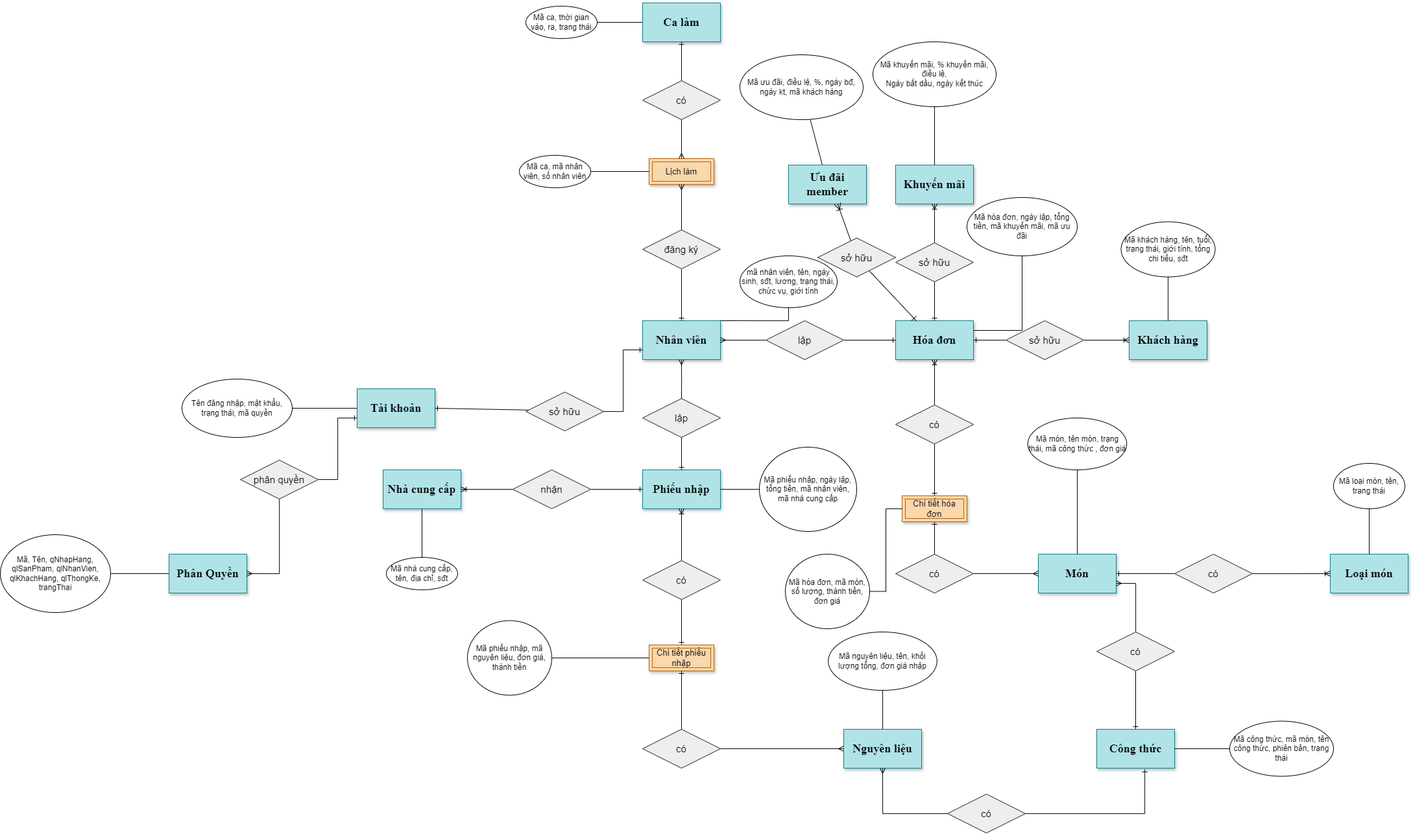
Before: ERD_RDM/ERD.png, a diagram exported from draw.io (sonvuuu28/QuanLyQuanCaPhe). Source tidied: cells renumbered, new cells last; positions are measured from the earlier drawing's top-left corner, leaving out a move shared by most shapes.
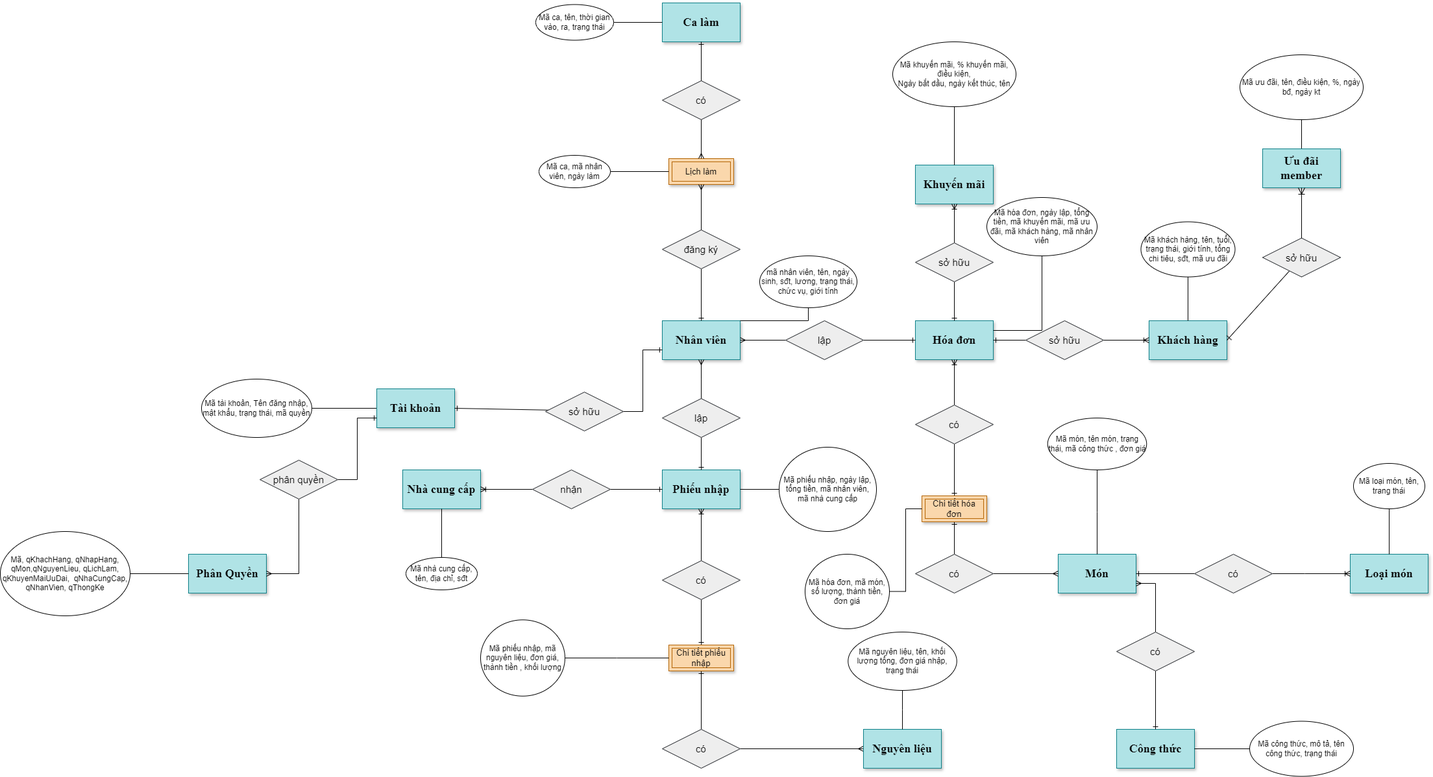
The same file after the commit.

The edit, as a diff of the source:
```diff
@@ -177,13 +177,13 @@
     <mxCell id="57" style="edgeStyle=orthogonalEdgeStyle;rounded=0;jettySize=auto;html=1;endArrow=none;endFill=0;" parent="1" edge="1" source="58" target="10">
       <mxGeometry relative="1" as="geometry" />
     </mxCell>
-    <mxCell id="58" value="Mã ca, thời gian vào, ra, trạng thái" style="ellipse;whiteSpace=wrap;html=1;align=center;" parent="1" vertex="1">
-      <mxGeometry x="810" y="5" width="110" height="50" as="geometry" />
+    <mxCell id="58" value="Mã ca, tên, thời gian vào, ra, trạng thái" style="ellipse;whiteSpace=wrap;html=1;align=center;" parent="1" vertex="1">
+      <mxGeometry x="795" y="2.5" width="120" height="55" as="geometry" />
     </mxCell>
     <mxCell id="59" style="edgeStyle=orthogonalEdgeStyle;rounded=0;jettySize=auto;html=1;entryX=0;entryY=0.5;entryDx=0;entryDy=0;endArrow=none;endFill=0;" parent="1" edge="1" source="60" target="21">
       <mxGeometry relative="1" as="geometry" />
     </mxCell>
-    <mxCell id="60" value="Mã ca, mã nhân viên, số nhân viên" style="ellipse;whiteSpace=wrap;html=1;align=center;" parent="1" vertex="1">
+    <mxCell id="60" value="Mã ca, mã nhân viên, ngày làm" style="ellipse;whiteSpace=wrap;html=1;align=center;" parent="1" vertex="1">
       <mxGeometry x="800" y="235" width="110" height="50" as="geometry" />
     </mxCell>
     <mxCell id="61" value="mã nhân viên, tên, ngày sinh, sđt, lương, trạng thái, chức vụ, giới tính" style="ellipse;whiteSpace=wrap;html=1;align=center;" parent="1" vertex="1">
@@ -199,22 +199,22 @@
     <mxCell id="63" style="edgeStyle=orthogonalEdgeStyle;rounded=0;jettySize=auto;html=1;entryX=0.5;entryY=0;entryDx=0;entryDy=0;endArrow=none;endFill=0;" parent="1" edge="1" source="64" target="8">
       <mxGeometry relative="1" as="geometry" />
     </mxCell>
-    <mxCell id="64" value="Mã khuyến mãi, % khuyến mãi, điều lệ,&lt;div&gt;Ngày bắt dầu, ngày kết thúc&lt;/div&gt;" style="ellipse;whiteSpace=wrap;html=1;align=center;" parent="1" vertex="1">
+    <mxCell id="64" value="Mã khuyến mãi, % khuyến mãi, điều kiện,&lt;div&gt;Ngày bắt dầu, ngày kết thúc, tên&lt;/div&gt;" style="ellipse;whiteSpace=wrap;html=1;align=center;" parent="1" vertex="1">
       <mxGeometry x="1345" y="60" width="190" height="100" as="geometry" />
     </mxCell>
     <mxCell id="65" style="edgeStyle=orthogonalEdgeStyle;rounded=0;jettySize=auto;html=1;entryX=1;entryY=0.25;entryDx=0;entryDy=0;endArrow=none;endFill=0;" parent="1" edge="1" source="66" target="12">
       <mxGeometry relative="1" as="geometry" />
     </mxCell>
-    <mxCell id="66" value="Mã hóa đơn, ngày lập, tổng tiền, mã khuyến mãi, mã ưu đãi" style="ellipse;whiteSpace=wrap;html=1;align=center;" parent="1" vertex="1">
+    <mxCell id="66" value="Mã hóa đơn, ngày lập, tổng tiền, mã khuyến mãi, mã ưu đãi, mã khách hàng, mã nhân viên" style="ellipse;whiteSpace=wrap;html=1;align=center;" parent="1" vertex="1">
       <mxGeometry x="1490" y="300" width="170" height="90" as="geometry" />
     </mxCell>
     <mxCell id="67" style="edgeStyle=orthogonalEdgeStyle;rounded=0;jettySize=auto;html=1;entryX=0.5;entryY=0;entryDx=0;entryDy=0;endArrow=none;endFill=0;" parent="1" edge="1" source="68" target="11">
       <mxGeometry relative="1" as="geometry" />
     </mxCell>
-    <mxCell id="68" value="Mã khách hàng, tên, tuổi, trạng thái, giới tính, tổng chi tiếu, sđt" style="ellipse;whiteSpace=wrap;html=1;align=center;" parent="1" vertex="1">
+    <mxCell id="68" value="Mã khách hàng, tên, tuổi, trạng thái, giới tính, tổng chi tiêu, sđt, mã ưu đãi" style="ellipse;whiteSpace=wrap;html=1;align=center;" parent="1" vertex="1">
       <mxGeometry x="1727.5" y="337.5" width="145" height="85" as="geometry" />
     </mxCell>
-    <mxCell id="69" value="Tên đăng nhập, mật khẩu, trạng thái, mã quyền" style="ellipse;whiteSpace=wrap;html=1;align=center;" parent="1" vertex="1">
+    <mxCell id="69" value="Mã tài khoản, Tên đăng nhập, mật khẩu, trạng thái, mã quyền" style="ellipse;whiteSpace=wrap;html=1;align=center;" parent="1" vertex="1">
       <mxGeometry x="280" y="580" width="170" height="90" as="geometry" />
     </mxCell>
     <mxCell id="70" style="edgeStyle=orthogonalEdgeStyle;rounded=0;jettySize=auto;html=1;endArrow=none;endFill=0;" parent="1" edge="1" source="71" target="9">
@@ -232,7 +232,7 @@
     <mxCell id="74" style="edgeStyle=orthogonalEdgeStyle;rounded=0;jettySize=auto;html=1;endArrow=none;endFill=0;" parent="1" edge="1" source="75" target="44">
       <mxGeometry relative="1" as="geometry" />
     </mxCell>
-    <mxCell id="75" value="Mã nguyên liệu, tên, khối lượng tổng, đơn giá nhập" style="ellipse;whiteSpace=wrap;html=1;align=center;" parent="1" vertex="1">
+    <mxCell id="75" value="Mã nguyên liệu, tên, khối lượng tổng, đơn giá nhập, trạng thái" style="ellipse;whiteSpace=wrap;html=1;align=center;" parent="1" vertex="1">
       <mxGeometry x="1276.2" y="970" width="167.5" height="90" as="geometry" />
     </mxCell>
     <mxCell id="76" style="edgeStyle=orthogonalEdgeStyle;rounded=0;jettySize=auto;html=1;entryX=0.5;entryY=1;entryDx=0;entryDy=0;endArrow=none;endFill=0;" parent="1" edge="1" source="77" target="5">
@@ -262,14 +262,14 @@
     <mxCell id="84" style="edgeStyle=orthogonalEdgeStyle;rounded=0;jettySize=auto;html=1;endArrow=none;endFill=0;" parent="1" edge="1" source="85" target="80">
       <mxGeometry relative="1" as="geometry" />
     </mxCell>
-    <mxCell id="85" value="Mã, Tên, qNhapHang, qlSanPham, qlNhanVien, qlKhachHang, qlThongKe, trangThai" style="ellipse;whiteSpace=wrap;html=1;" parent="1" vertex="1">
-      <mxGeometry y="820" width="170" height="120" as="geometry" />
+    <mxCell id="85" value="Mã, qKhachHang, qNhapHang, qMon,qNguyenLieu, qLichLam, qKhuyenMaiUuDai,&lt;span style=&quot;white-space: pre;&quot;&gt;&#9;&lt;/span&gt;&amp;nbsp;qNhaCungCap,&lt;div&gt;qNhanVien, qThongKe&lt;/div&gt;" style="ellipse;whiteSpace=wrap;html=1;" parent="1" vertex="1">
+      <mxGeometry x="-30" y="815" width="200" height="130" as="geometry" />
     </mxCell>
     <mxCell id="86" style="edgeStyle=orthogonalEdgeStyle;rounded=0;jettySize=auto;html=1;endArrow=none;endFill=0;" parent="1" edge="1" source="87" target="43">
       <mxGeometry relative="1" as="geometry" />
     </mxCell>
-    <mxCell id="87" value="Mã phiếu nhập, mã nguyên liệu, đơn giá, thành tiền" style="ellipse;whiteSpace=wrap;html=1;align=center;" parent="1" vertex="1">
-      <mxGeometry x="720" y="952.5" width="130" height="115" as="geometry" />
+    <mxCell id="87" value="Mã phiếu nhập, mã nguyên liệu, đơn giá, thành tiền , khối lượng" style="ellipse;whiteSpace=wrap;html=1;align=center;" parent="1" vertex="1">
+      <mxGeometry x="710" y="951.2" width="130" height="117.5" as="geometry" />
     </mxCell>
     <mxCell id="88" value="&lt;p style=&quot;font-size: 18px;&quot; class=&quot;MsoNormal&quot;&gt;&lt;span style=&quot;font-family: &amp;quot;Times New Roman&amp;quot;; font-size: 18px;&quot;&gt;&lt;span&gt;Công thức&lt;/span&gt;&lt;/span&gt;&lt;/p&gt;" style="rounded=0;whiteSpace=wrap;html=1;fontSize=18;fontStyle=1;fillColor=#b0e3e6;strokeColor=#0e8088;shadow=1;" parent="1" vertex="1">
       <mxGeometry x="1690" y="1120" width="120" height="60" as="geometry" />
@@ -286,18 +286,9 @@
     <mxCell id="92" style="edgeStyle=orthogonalEdgeStyle;rounded=0;jettySize=auto;html=1;entryX=1;entryY=0.5;entryDx=0;entryDy=0;endArrow=none;endFill=0;" parent="1" edge="1" source="93" target="88">
       <mxGeometry relative="1" as="geometry" />
     </mxCell>
-    <mxCell id="93" value="Mã công thức, mã món, tên công thức, phiên bản, trạng thái" style="ellipse;whiteSpace=wrap;html=1;align=center;" parent="1" vertex="1">
+    <mxCell id="93" value="Mã công thức, mô tả, tên công thức, trạng thái" style="ellipse;whiteSpace=wrap;html=1;align=center;" parent="1" vertex="1">
       <mxGeometry x="1895" y="1107.5" width="160" height="85" as="geometry" />
     </mxCell>
-    <mxCell id="94" style="edgeStyle=orthogonalEdgeStyle;rounded=0;jettySize=auto;html=1;entryX=0.5;entryY=1;entryDx=0;entryDy=0;endArrow=ERmany;endFill=0;" parent="1" edge="1" source="96" target="44">
-      <mxGeometry relative="1" as="geometry" />
-    </mxCell>
-    <mxCell id="95" style="edgeStyle=orthogonalEdgeStyle;rounded=0;jettySize=auto;html=1;entryX=0.618;entryY=1.03;entryDx=0;entryDy=0;endArrow=ERone;endFill=0;entryPerimeter=0;" parent="1" edge="1" source="96" target="88">
-      <mxGeometry relative="1" as="geometry" />
-    </mxCell>
-    <mxCell id="96" value="có" style="shape=rhombus;perimeter=rhombusPerimeter;whiteSpace=wrap;html=1;align=center;fontSize=15;fillColor=#eeeeee;strokeColor=#36393d;" parent="1" vertex="1">
-      <mxGeometry x="1460" y="1220" width="120" height="60" as="geometry" />
-    </mxCell>
     <mxCell id="97" style="edgeStyle=orthogonalEdgeStyle;rounded=0;jettySize=auto;html=1;entryX=0;entryY=0.5;entryDx=0;entryDy=0;endArrow=none;endFill=0;" parent="1" edge="1" source="98" target="33">
       <mxGeometry relative="1" as="geometry" />
     </mxCell>
@@ -308,18 +299,18 @@
       <mxGeometry relative="1" as="geometry" />
     </mxCell>
     <mxCell id="100" value="&lt;p class=&quot;MsoNormal&quot; style=&quot;font-size: 18px;&quot;&gt;&lt;font face=&quot;Times New Roman&quot;&gt;Ưu đãi member&lt;/font&gt;&lt;/p&gt;" style="rounded=0;whiteSpace=wrap;html=1;fontSize=18;fontStyle=1;fillColor=#b0e3e6;strokeColor=#0e8088;shadow=1;" parent="1" vertex="1">
-      <mxGeometry x="1215" y="250" width="120" height="60" as="geometry" />
+      <mxGeometry x="1915" y="225" width="120" height="60" as="geometry" />
     </mxCell>
-    <mxCell id="101" value="Mã ưu đãi, điều lệ, %, ngày bđ, ngày kt, mã khách hàng" style="ellipse;whiteSpace=wrap;html=1;align=center;" parent="1" vertex="1">
-      <mxGeometry x="1140" y="80" width="190" height="100" as="geometry" />
+    <mxCell id="101" value="Mã ưu đãi, tên, điều kiện, %, ngày bđ, ngày kt" style="ellipse;whiteSpace=wrap;html=1;align=center;" parent="1" vertex="1">
+      <mxGeometry x="1880" y="80" width="190" height="100" as="geometry" />
     </mxCell>
-    <mxCell id="102" style="edgeStyle=none;curved=1;rounded=0;jettySize=auto;html=1;fontSize=12;startSize=8;endSize=8;endArrow=ERone;endFill=0;" parent="1" edge="1" source="103" target="12">
+    <mxCell id="102" style="edgeStyle=none;curved=1;rounded=0;jettySize=auto;html=1;fontSize=12;startSize=8;endSize=8;endArrow=ERone;endFill=0;entryX=1;entryY=0.5;entryDx=0;entryDy=0;" parent="1" edge="1" source="103" target="11">
       <mxGeometry relative="1" as="geometry" />
     </mxCell>
     <mxCell id="103" value="sở hữu" style="shape=rhombus;perimeter=rhombusPerimeter;whiteSpace=wrap;html=1;align=center;fontSize=15;fillColor=#eeeeee;strokeColor=#36393d;" parent="1" vertex="1">
-      <mxGeometry x="1260" y="362.5" width="120" height="60" as="geometry" />
+      <mxGeometry x="1915" y="362.5" width="120" height="60" as="geometry" />
     </mxCell>
-    <mxCell id="104" style="edgeStyle=none;curved=1;rounded=0;jettySize=auto;html=1;entryX=0.628;entryY=0.99;entryDx=0;entryDy=0;entryPerimeter=0;fontSize=12;startSize=8;endSize=8;endArrow=ERoneToMany;endFill=0;" parent="1" edge="1" source="103" target="100">
+    <mxCell id="104" style="edgeStyle=none;curved=1;rounded=0;jettySize=auto;html=1;entryX=0.5;entryY=1;entryDx=0;entryDy=0;fontSize=12;startSize=8;endSize=8;endArrow=ERoneToMany;endFill=0;" parent="1" edge="1" source="103" target="100">
       <mxGeometry relative="1" as="geometry" />
     </mxCell>
   </root>
```
